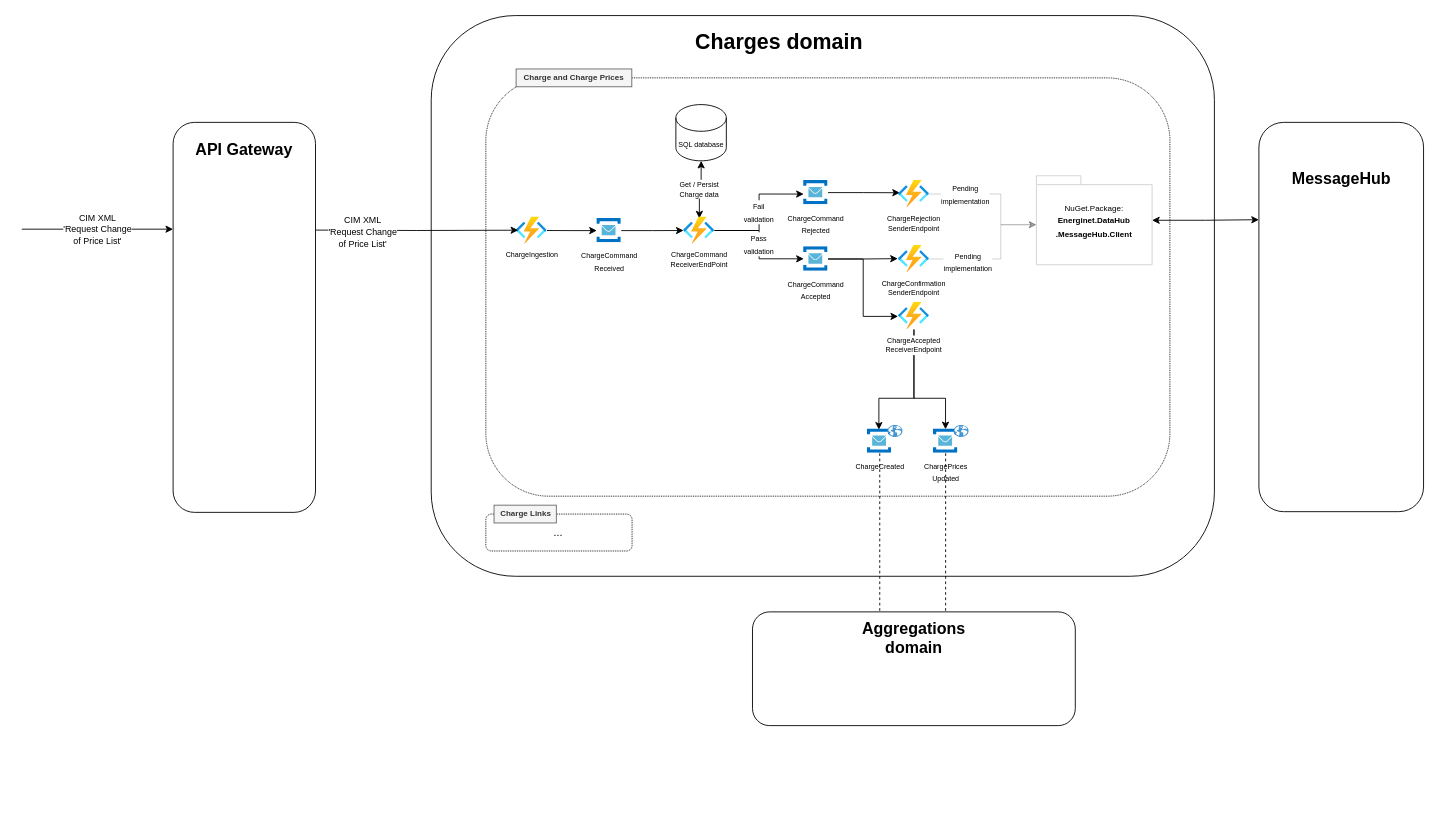
Earlier version of the draw.io diagram page "ChargeAndChargePrices" (1 of 3) of ARCHITECTURE.drawio (Energinet-DataHub/ARCHIVED-geh-charges). Source tidied: cells renumbered, new cells numbered last; positions are measured from the earlier drawing's top-left corner, leaving out a move shared by most shapes. Both pictures are drawn from the tidied source at 89%, with x=0, y=0 at pixel (21, 15).
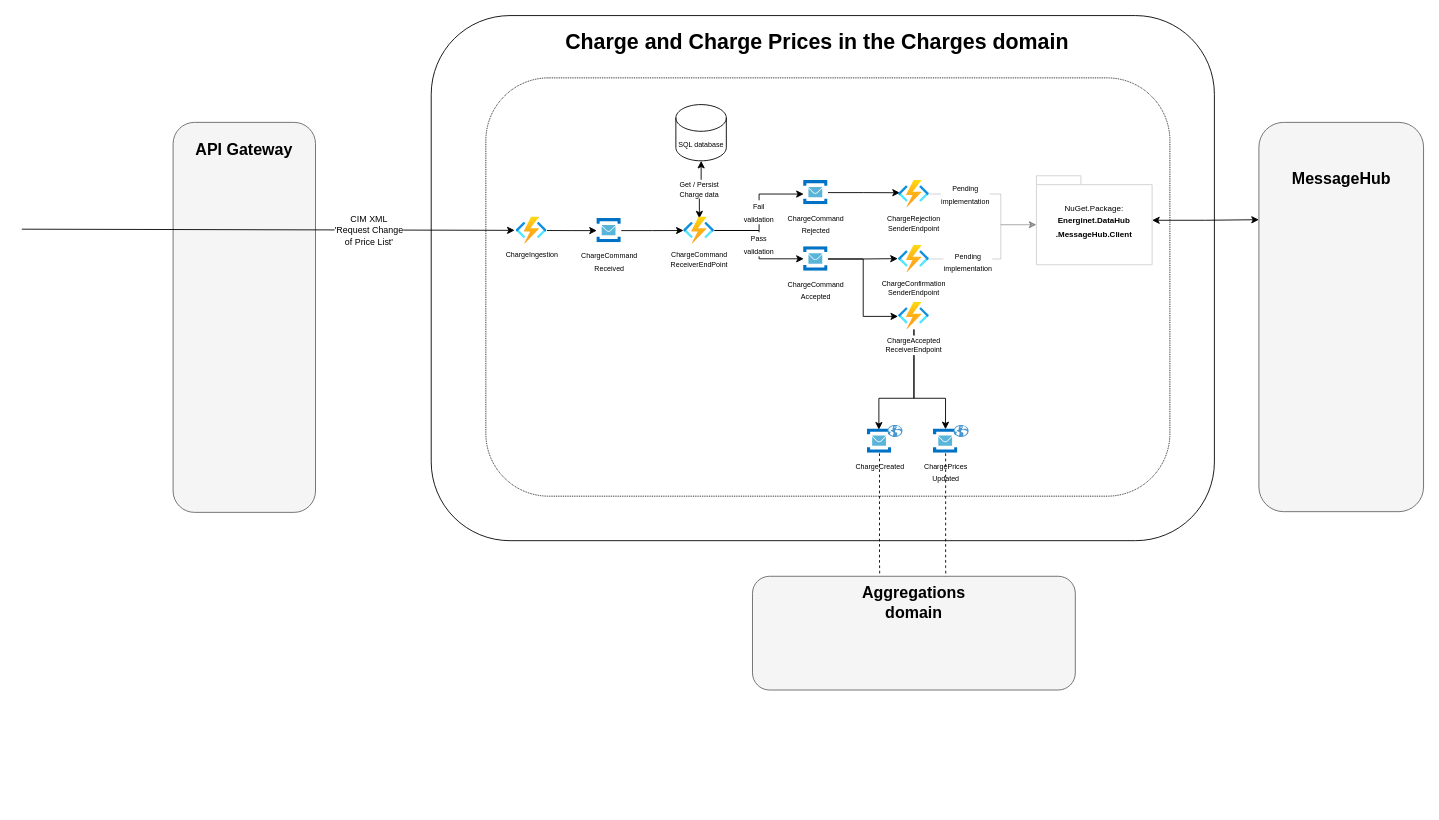
After the change.

Commit message (it also covers changes not shown here):
Renamed Charges domain box headers & changed color

The change refers to these unchanged cells:
```xml
<mxCell id="2" style="opacity=50;textOpacity=50;strokeColor=none;" parent="1" vertex="1">
  <mxGeometry x="440" width="900" height="885.6" as="geometry" />
</mxCell>
<mxCell id="9" value="&lt;font style=&quot;font-size: 8px&quot;&gt;ChargeIngestion&lt;/font&gt;" style="html=1;points=[];align=center;image;fontSize=9;image=img/lib/azure2/compute/Function_Apps.svg;labelPosition=center;verticalLabelPosition=bottom;verticalAlign=top;" parent="2" vertex="1">
  <mxGeometry x="115.4" y="226.2" width="34.7" height="30.6" as="geometry" />
</mxCell>
<mxCell id="30" value="&lt;span style=&quot;font-size: 8px&quot;&gt;ChargeCreated&lt;/span&gt;" style="html=1;points=[];align=center;image;fontSize=12;image=img/lib/mscae/Service_Bus.svg;" parent="29" vertex="1">
  <mxGeometry y="4.4" width="27.4" height="27.4" as="geometry" />
</mxCell>
<mxCell id="33" value="&lt;span style=&quot;font-size: 8px&quot;&gt;ChargePrices&lt;br&gt;Updated&lt;/span&gt;" style="html=1;points=[];align=center;image;fontSize=12;image=img/lib/mscae/Service_Bus.svg;" parent="32" vertex="1">
  <mxGeometry y="4.4" width="27.4" height="27.4" as="geometry" />
</mxCell>
<mxCell id="46" style="group;" parent="1" vertex="1">
  <mxGeometry x="1390" y="120" width="185" height="437.4" as="geometry" />
</mxCell>
```

Diff of the diagram source:
```diff
@@
     <mxCell id="3" style="rounded=1;whiteSpace=wrap;html=1;" parent="2" vertex="1">
-      <mxGeometry x="20" width="880" height="630" as="geometry" />
+      <mxGeometry x="20" width="880" height="590" as="geometry" />
     </mxCell>
-    <mxCell id="4" value="&lt;h1&gt;Charges domain&lt;br&gt;&lt;/h1&gt;" style="text;html=1;strokeColor=none;fillColor=none;spacing=5;spacingTop=-20;whiteSpace=wrap;overflow=hidden;rounded=0;dashed=1;" parent="2" vertex="1">
-      <mxGeometry x="311.7" y="10" width="226.7" height="36.5" as="geometry" />
+    <mxCell id="4" value="&lt;h1&gt;Charge and Charge Prices in the Charges domain&lt;br&gt;&lt;/h1&gt;" style="text;html=1;strokeColor=none;fillColor=none;spacing=5;spacingTop=-20;whiteSpace=wrap;overflow=hidden;rounded=0;dashed=1;" parent="2" vertex="1">
+      <mxGeometry x="165.7" y="10" width="600" height="36.5" as="geometry" />
     </mxCell>
@@
-    <mxCell id="24" value="Charge and Charge Prices" style="text;html=1;align=center;verticalAlign=middle;strokeColor=#666666;fillColor=#f5f5f5;fontStyle=1;fontSize=9;fontColor=#333333;" parent="2" vertex="1">
-      <mxGeometry x="115.4" y="60" width="130" height="20" as="geometry" />
-    </mxCell>
@@
-    <mxCell id="26" style="group;" parent="2" vertex="1">
-      <mxGeometry x="81.4" y="550.1" width="164.3" height="51.5" as="geometry" />
-    </mxCell>
-    <mxCell id="27" value="..." style="rounded=1;whiteSpace=wrap;html=1;dashed=1;dashPattern=1 1;align=center;" parent="26" vertex="1">
-      <mxGeometry y="10" width="164.3" height="41.5" as="geometry" />
-    </mxCell>
-    <mxCell id="28" value="Charge Links" style="text;html=1;align=center;verticalAlign=middle;strokeColor=#666666;fillColor=#f5f5f5;fontStyle=1;fontSize=9;fontColor=#333333;" parent="26" vertex="1">
-      <mxGeometry x="9.2" width="70" height="20" as="geometry" />
-    </mxCell>
@@
     <mxCell id="38" style="group;" parent="2" vertex="1">
-      <mxGeometry x="381" y="670" width="362.7" height="127.8" as="geometry" />
+      <mxGeometry x="381" y="630" width="362.7" height="127.8" as="geometry" />
     </mxCell>
-    <mxCell id="39" style="rounded=1;whiteSpace=wrap;html=1;" parent="38" vertex="1">
+    <mxCell id="39" style="rounded=1;whiteSpace=wrap;html=1;fillColor=#f5f5f5;strokeColor=#666666;fontColor=#333333;" parent="38" vertex="1">
       <mxGeometry width="362.7" height="127.8" as="geometry" />
     </mxCell>
@@
+    <mxCell id="51" style="edgeStyle=orthogonalEdgeStyle;rounded=0;jettySize=auto;html=1;dashed=1;endArrow=none;endFill=0;entryX=0.599;entryY=0;entryDx=0;entryDy=0;entryPerimeter=0;" parent="2" edge="1" source="33" target="39">
+      <mxGeometry relative="1" as="geometry">
+        <Array as="points">
+          <mxPoint x="598" y="620" />
+          <mxPoint x="598" y="620" />
+        </Array>
+      </mxGeometry>
+    </mxCell>
+    <mxCell id="50" style="edgeStyle=orthogonalEdgeStyle;rounded=0;jettySize=auto;html=1;dashed=1;endArrow=none;endFill=0;entryX=0.394;entryY=-0.011;entryDx=0;entryDy=0;entryPerimeter=0;" parent="2" edge="1" source="30" target="39">
+      <mxGeometry relative="1" as="geometry">
+        <Array as="points">
+          <mxPoint x="524" y="610" />
+          <mxPoint x="524" y="629" />
+        </Array>
+      </mxGeometry>
+    </mxCell>
-    <mxCell id="41" style="rounded=1;whiteSpace=wrap;html=1;" parent="1" vertex="1">
+    <mxCell id="41" style="rounded=1;whiteSpace=wrap;html=1;fillColor=#f5f5f5;strokeColor=#666666;fontColor=#333333;" parent="1" vertex="1">
       <mxGeometry x="170" y="120" width="160" height="438.2" as="geometry" />
     </mxCell>
@@
-    <mxCell id="43" value="&lt;span style=&quot;font-size: x-small&quot;&gt;CIM XML&lt;/span&gt;&lt;br style=&quot;font-size: x-small&quot;&gt;&lt;span style=&quot;font-size: x-small&quot;&gt;'Request Change&lt;/span&gt;&lt;br style=&quot;font-size: x-small&quot;&gt;&lt;span style=&quot;font-size: x-small&quot;&gt;of Price List'&lt;/span&gt;" style="endArrow=classic;html=1;" parent="1" edge="1">
-      <mxGeometry relative="1" as="geometry">
+    <mxCell id="43" value="&lt;span style=&quot;font-size: x-small&quot;&gt;CIM XML&lt;/span&gt;&lt;br style=&quot;font-size: x-small&quot;&gt;&lt;span style=&quot;font-size: x-small&quot;&gt;'Request Change&lt;/span&gt;&lt;br style=&quot;font-size: x-small&quot;&gt;&lt;span style=&quot;font-size: x-small&quot;&gt;of Price List'&lt;/span&gt;" style="endArrow=classic;html=1;entryX=-0.048;entryY=0.494;entryDx=0;entryDy=0;entryPerimeter=0;" parent="1" edge="1" target="9">
+      <mxGeometry x="0.41" relative="1" as="geometry">
         <mxPoint y="240" as="sourcePoint" />
-        <mxPoint x="170" y="240" as="targetPoint" />
       </mxGeometry>
     </mxCell>
-    <mxCell id="44" style="edgeStyle=orthogonalEdgeStyle;rounded=0;jettySize=auto;html=1;entryX=0.068;entryY=0.489;entryDx=0;entryDy=0;entryPerimeter=0;" parent="1" edge="1" target="9">
-      <mxGeometry relative="1" as="geometry">
-        <mxPoint x="330" y="241" as="sourcePoint" />
-      </mxGeometry>
-    </mxCell>
-    <mxCell id="45" value="&lt;font size=&quot;1&quot;&gt;CIM XML&lt;br&gt;'Request Change &lt;br&gt;of Price List'&lt;br&gt;&lt;/font&gt;" style="edgeLabel;html=1;align=center;verticalAlign=middle;" parent="44" vertex="1">
-      <mxGeometry x="-0.54" y="-2" relative="1" as="geometry">
-        <mxPoint x="1" y="-1" as="offset" />
-      </mxGeometry>
-    </mxCell>
@@
-    <mxCell id="47" style="rounded=1;whiteSpace=wrap;html=1;" parent="46" vertex="1">
+    <mxCell id="47" style="rounded=1;whiteSpace=wrap;html=1;fillColor=#f5f5f5;strokeColor=#666666;fontColor=#333333;" parent="46" vertex="1">
       <mxGeometry width="185" height="437.4" as="geometry" />
     </mxCell>
@@
-    <mxCell id="50" style="edgeStyle=orthogonalEdgeStyle;rounded=0;jettySize=auto;html=1;dashed=1;endArrow=none;endFill=0;" parent="1" edge="1" source="30">
-      <mxGeometry relative="1" as="geometry">
-        <mxPoint x="964" y="670" as="targetPoint" />
-        <Array as="points">
-          <mxPoint x="964" y="670" />
-        </Array>
-      </mxGeometry>
-    </mxCell>
-    <mxCell id="51" style="edgeStyle=orthogonalEdgeStyle;rounded=0;jettySize=auto;html=1;dashed=1;endArrow=none;endFill=0;" parent="1" edge="1" source="33">
-      <mxGeometry relative="1" as="geometry">
-        <mxPoint x="1038" y="670" as="targetPoint" />
-        <Array as="points">
-          <mxPoint x="1038" y="670" />
-        </Array>
-      </mxGeometry>
-    </mxCell>
```
